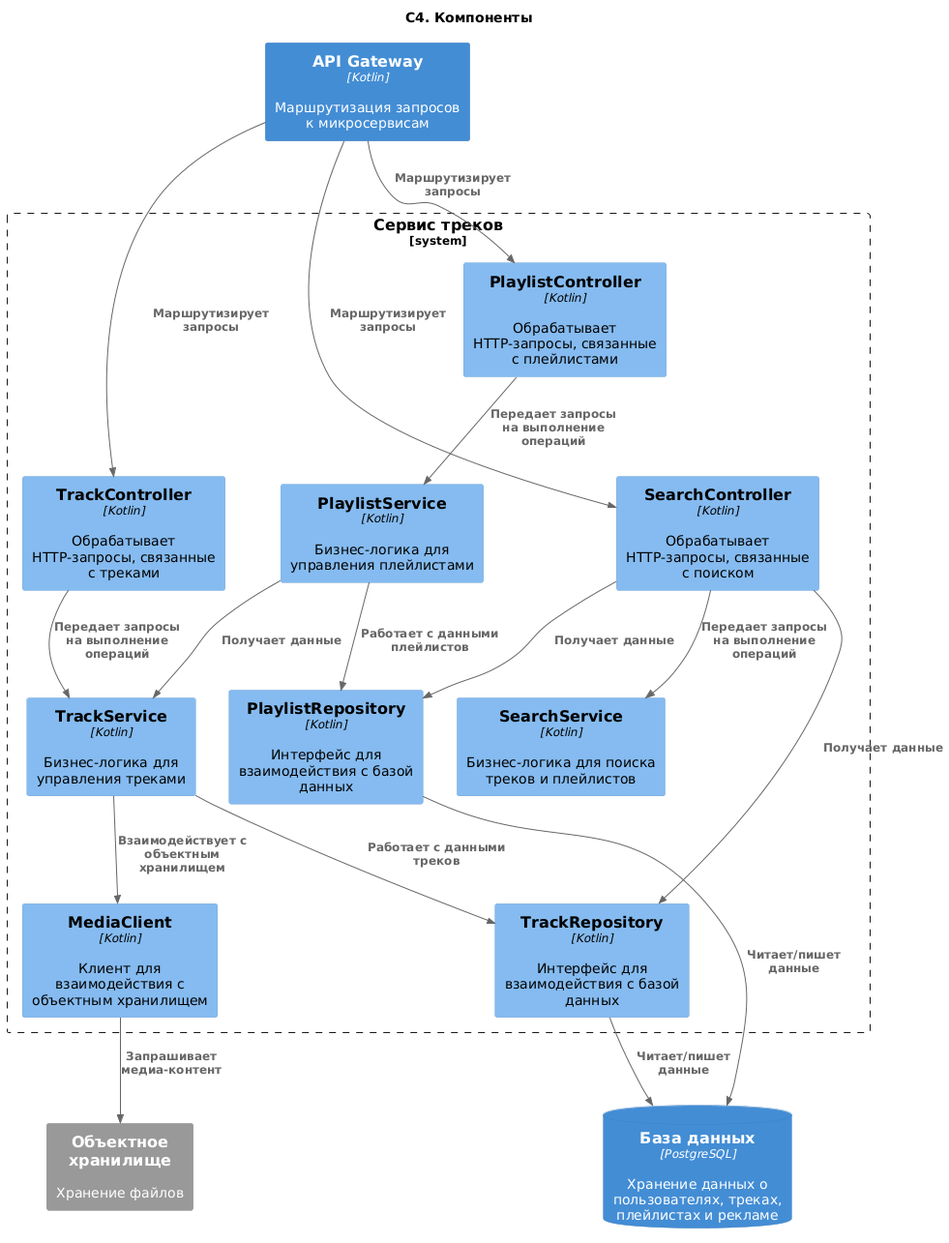
Earlier version of the PlantUML export out/2. Технический проект/3_Component/Component.png (Dasha23451/Project-doc).
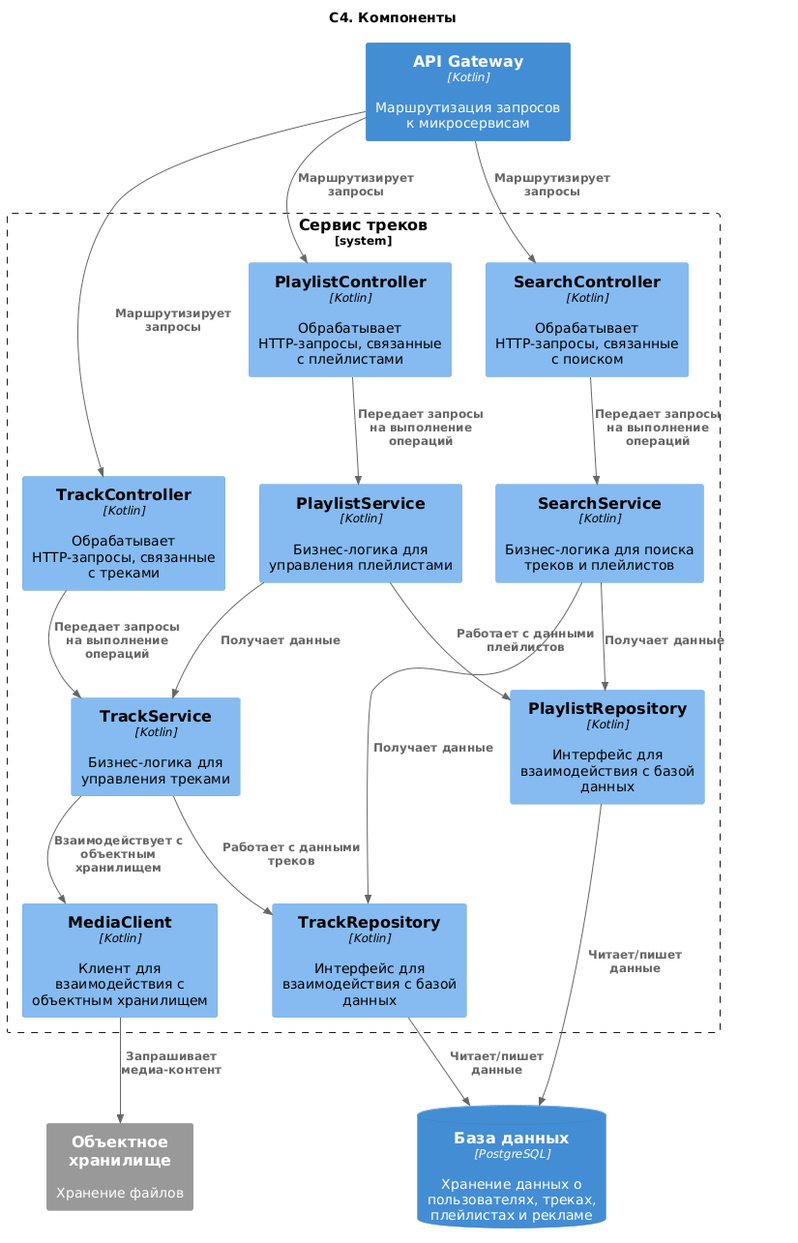
Later version of the same file.

Commit message:
Внесены исправления в С4:Компонент

Diff of the diagram source:
```diff
@@ -18,20 +18,20 @@
   Component(track_repository, "TrackRepository", "Kotlin", "Интерфейс для взаимодействия с базой данных")
   Component(media_client, "MediaClient", "Kotlin", "Клиент для взаимодействия с объектным хранилищем")
 
-  Component(search_controller, "SearchController", "Kotlin", "Обрабатывает HTTP-запросы, связанные с поиском")
-  Component(search_services, "SearchService", "Kotlin", "Бизнес-логика для поиска треков и плейлистов")
-
   Component(playlist_controller, "PlaylistController", "Kotlin", "Обрабатывает HTTP-запросы, связанные с плейлистами")
   Component(playlist_services, "PlaylistService", "Kotlin", "Бизнес-логика для управления плейлистами")
   Component(playlist_repository, "PlaylistRepository", "Kotlin", "Интерфейс для взаимодействия с базой данных")
+
+  Component(search_controller, "SearchController", "Kotlin", "Обрабатывает HTTP-запросы, связанные с поиском")
+  Component(search_services, "SearchService", "Kotlin", "Бизнес-логика для поиска треков и плейлистов")
 }
 
 Rel(api_gateway, track_controller, "Маршрутизирует запросы")
 api_gateway-[hidden]-> track_controller
+Rel(api_gateway, playlist_controller, "Маршрутизирует запросы")
+api_gateway-[hidden]-> playlist_controller
 Rel(api_gateway, search_controller, "Маршрутизирует запросы")
 api_gateway-[hidden]-> search_controller
-Rel(api_gateway, playlist_controller, "Маршрутизирует запросы")
-api_gateway-[hidden]-> playlist_controller
 
 Rel(track_controller, track_services, "Передает запросы на выполнение операций")
 Rel(track_services, track_repository, "Работает с данными треков")
@@ -41,8 +41,8 @@
 
 Rel(search_controller, search_services, "Передает запросы на выполнение операций")
 
-Rel(search_controller, playlist_repository, "Получает данные")
-Rel(search_controller, track_repository, "Получает данные")
+Rel(search_services, playlist_repository, "Получает данные")
+Rel(search_services, track_repository, "Получает данные")
 Rel(playlist_services, track_services, "Получает данные")
 
 Rel(playlist_controller, playlist_services, "Передает запросы на выполнение операций")
```
